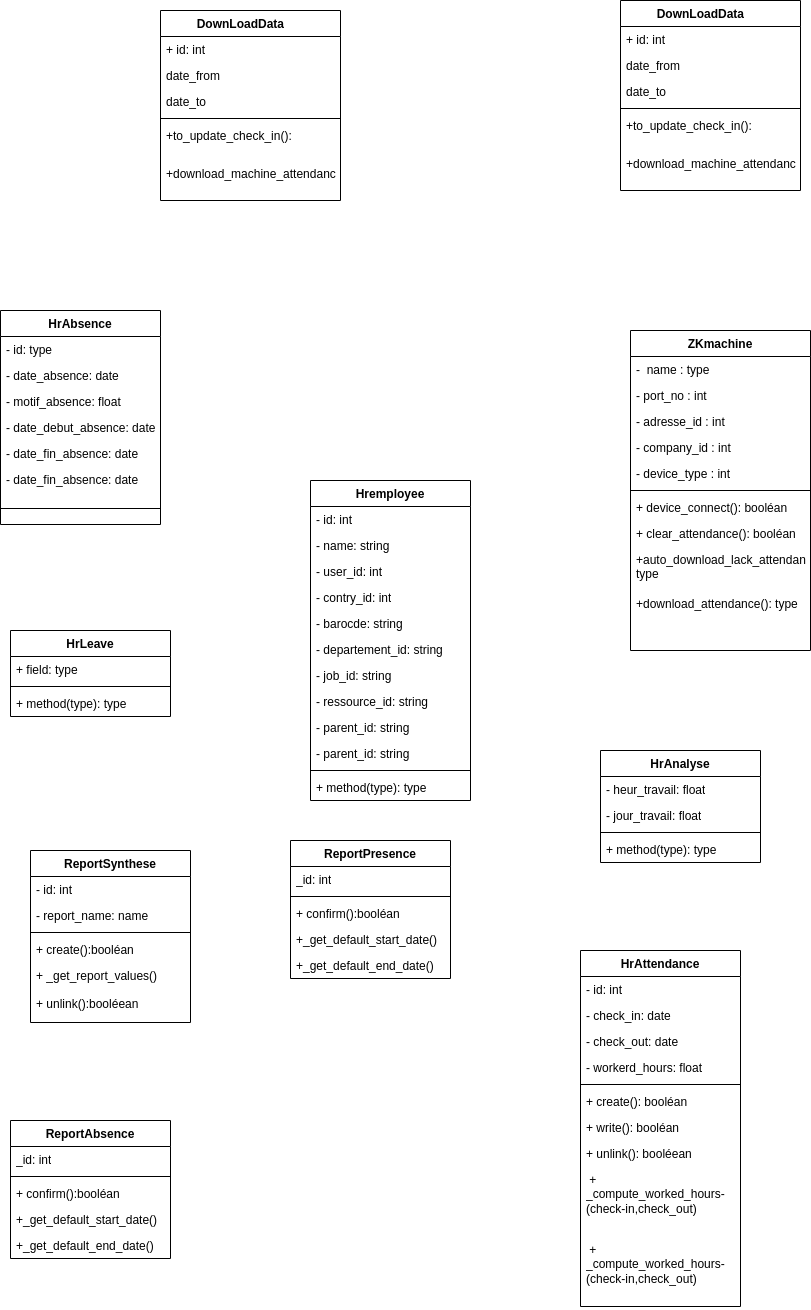
Earlier version of the draw.io export static/Diagramme de classe.drawio.png (Siluearsene/borne_biometrique). Source tidied: cells renumbered, new cells last; positions are measured from the earlier drawing's top-left corner, leaving out a move shared by most shapes.
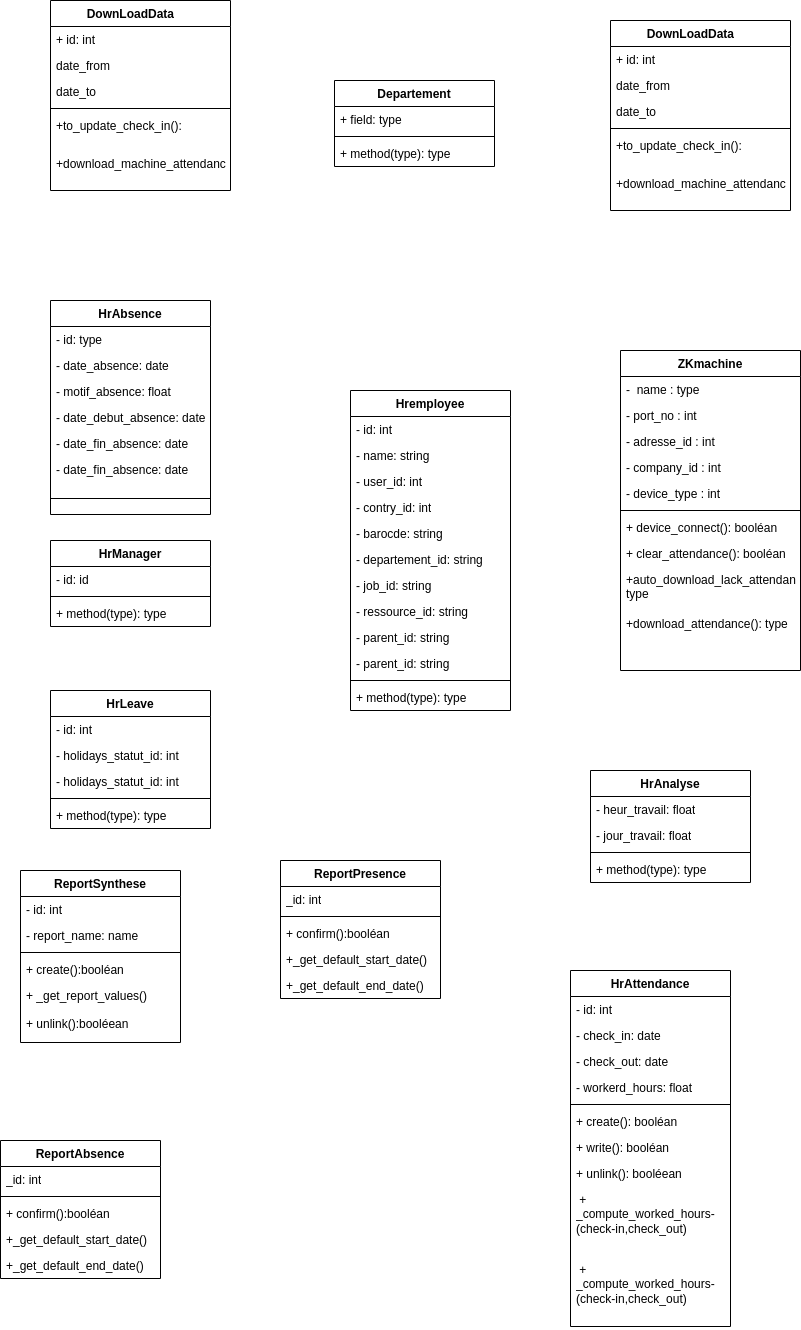
After the commit.

Commit message:
Mettre à jour Diagramme de classe.drawio.png

Diff of the diagram source:
```diff
@@ -3,7 +3,7 @@
     <mxCell id="0" />
     <mxCell id="1" parent="0" />
     <mxCell id="2" value="HrAbsence" style="swimlane;fontStyle=1;align=center;verticalAlign=top;horizontal=1;startSize=26;whiteSpace=wrap;html=1;" parent="1" vertex="1">
-      <mxGeometry y="310" width="160" height="214" as="geometry" />
+      <mxGeometry x="60" y="280" width="160" height="214" as="geometry" />
     </mxCell>
     <mxCell id="3" value="- id: type" style="text;strokeColor=none;fillColor=none;align=left;verticalAlign=top;spacingLeft=4;spacingRight=4;overflow=hidden;whiteSpace=wrap;html=1;" parent="2" vertex="1">
       <mxGeometry y="26" width="160" height="26" as="geometry" />
@@ -60,16 +60,22 @@
       <mxGeometry y="260" width="180" height="60" as="geometry" />
     </mxCell>
     <mxCell id="21" value="HrLeave" style="swimlane;fontStyle=1;align=center;verticalAlign=top;horizontal=1;startSize=26;whiteSpace=wrap;html=1;" parent="1" vertex="1">
-      <mxGeometry x="10" y="630" width="160" height="86" as="geometry" />
+      <mxGeometry x="60" y="670" width="160" height="138" as="geometry" />
     </mxCell>
-    <mxCell id="22" value="+ field: type" style="text;strokeColor=none;fillColor=none;align=left;verticalAlign=top;spacingLeft=4;spacingRight=4;overflow=hidden;whiteSpace=wrap;html=1;" parent="21" vertex="1">
+    <mxCell id="22" value="- id: int" style="text;strokeColor=none;fillColor=none;align=left;verticalAlign=top;spacingLeft=4;spacingRight=4;overflow=hidden;whiteSpace=wrap;html=1;" parent="21" vertex="1">
       <mxGeometry y="26" width="160" height="26" as="geometry" />
     </mxCell>
+    <mxCell id="87" value="- holidays_statut_id: int" style="text;strokeColor=none;fillColor=none;align=left;verticalAlign=top;spacingLeft=4;spacingRight=4;overflow=hidden;whiteSpace=wrap;html=1;" parent="21" vertex="1">
+      <mxGeometry y="52" width="160" height="26" as="geometry" />
+    </mxCell>
+    <mxCell id="88" value="- holidays_statut_id: int" style="text;strokeColor=none;fillColor=none;align=left;verticalAlign=top;spacingLeft=4;spacingRight=4;overflow=hidden;whiteSpace=wrap;html=1;" parent="21" vertex="1">
+      <mxGeometry y="78" width="160" height="26" as="geometry" />
+    </mxCell>
     <mxCell id="23" style="line;strokeWidth=1;fillColor=none;align=left;verticalAlign=middle;spacingTop=-1;spacingLeft=3;spacingRight=3;labelPosition=right;strokeColor=inherit;" parent="21" vertex="1">
-      <mxGeometry y="52" width="160" height="8" as="geometry" />
+      <mxGeometry y="104" width="160" height="8" as="geometry" />
     </mxCell>
     <mxCell id="24" value="+ method(type): type" style="text;strokeColor=none;fillColor=none;align=left;verticalAlign=top;spacingLeft=4;spacingRight=4;overflow=hidden;whiteSpace=wrap;html=1;" parent="21" vertex="1">
-      <mxGeometry y="60" width="160" height="26" as="geometry" />
+      <mxGeometry y="112" width="160" height="26" as="geometry" />
     </mxCell>
     <mxCell id="25" value="HrAnalyse" style="swimlane;fontStyle=1;align=center;verticalAlign=top;horizontal=1;startSize=26;whiteSpace=wrap;html=1;" parent="1" vertex="1">
       <mxGeometry x="600" y="750" width="160" height="112" as="geometry" />
@@ -87,7 +93,7 @@
       <mxGeometry y="86" width="160" height="26" as="geometry" />
     </mxCell>
     <mxCell id="30" value="Hremployee" style="swimlane;fontStyle=1;align=center;verticalAlign=top;horizontal=1;startSize=26;whiteSpace=wrap;html=1;" parent="1" vertex="1">
-      <mxGeometry x="310" y="480" width="160" height="320" as="geometry" />
+      <mxGeometry x="360" y="370" width="160" height="320" as="geometry" />
     </mxCell>
     <mxCell id="31" value="- id: int" style="text;strokeColor=none;fillColor=none;align=left;verticalAlign=top;spacingLeft=4;spacingRight=4;overflow=hidden;whiteSpace=wrap;html=1;" parent="30" vertex="1">
       <mxGeometry y="26" width="160" height="26" as="geometry" />
@@ -219,7 +225,7 @@
       <mxGeometry y="150" width="180" height="40" as="geometry" />
     </mxCell>
     <mxCell id="74" value="DownLoadData&lt;span style=&quot;white-space: pre;&quot;&gt;&#9;&lt;/span&gt;" style="swimlane;fontStyle=1;align=center;verticalAlign=top;horizontal=1;startSize=26;whiteSpace=wrap;html=1;" parent="1" vertex="1">
-      <mxGeometry x="160" y="10" width="180" height="190" as="geometry" />
+      <mxGeometry x="60" y="-20" width="180" height="190" as="geometry" />
     </mxCell>
     <mxCell id="75" value="+ id: int" style="text;strokeColor=none;fillColor=none;align=left;verticalAlign=top;spacingLeft=4;spacingRight=4;overflow=hidden;whiteSpace=wrap;html=1;" parent="74" vertex="1">
       <mxGeometry y="26" width="180" height="26" as="geometry" />
@@ -257,5 +263,29 @@
     <mxCell id="86" value="+_get_default_end_date&lt;span style=&quot;background-color: initial;&quot;&gt;()&lt;/span&gt;" style="text;strokeColor=none;fillColor=none;align=left;verticalAlign=top;spacingLeft=4;spacingRight=4;overflow=hidden;whiteSpace=wrap;html=1;" parent="81" vertex="1">
       <mxGeometry y="112" width="160" height="26" as="geometry" />
     </mxCell>
+    <mxCell id="89" value="HrManager" style="swimlane;fontStyle=1;align=center;verticalAlign=top;horizontal=1;startSize=26;whiteSpace=wrap;html=1;" parent="1" vertex="1">
+      <mxGeometry x="60" y="520" width="160" height="86" as="geometry" />
+    </mxCell>
+    <mxCell id="90" value="- id: id" style="text;strokeColor=none;fillColor=none;align=left;verticalAlign=top;spacingLeft=4;spacingRight=4;overflow=hidden;whiteSpace=wrap;html=1;" parent="89" vertex="1">
+      <mxGeometry y="26" width="160" height="26" as="geometry" />
+    </mxCell>
+    <mxCell id="91" style="line;strokeWidth=1;fillColor=none;align=left;verticalAlign=middle;spacingTop=-1;spacingLeft=3;spacingRight=3;labelPosition=right;strokeColor=inherit;" parent="89" vertex="1">
+      <mxGeometry y="52" width="160" height="8" as="geometry" />
+    </mxCell>
+    <mxCell id="92" value="+ method(type): type" style="text;strokeColor=none;fillColor=none;align=left;verticalAlign=top;spacingLeft=4;spacingRight=4;overflow=hidden;whiteSpace=wrap;html=1;" parent="89" vertex="1">
+      <mxGeometry y="60" width="160" height="26" as="geometry" />
+    </mxCell>
+    <mxCell id="93" value="Departement" style="swimlane;fontStyle=1;align=center;verticalAlign=top;horizontal=1;startSize=26;whiteSpace=wrap;html=1;" parent="1" vertex="1">
+      <mxGeometry x="344" y="60" width="160" height="86" as="geometry" />
+    </mxCell>
+    <mxCell id="94" value="+ field: type" style="text;strokeColor=none;fillColor=none;align=left;verticalAlign=top;spacingLeft=4;spacingRight=4;overflow=hidden;whiteSpace=wrap;html=1;" parent="93" vertex="1">
+      <mxGeometry y="26" width="160" height="26" as="geometry" />
+    </mxCell>
+    <mxCell id="95" style="line;strokeWidth=1;fillColor=none;align=left;verticalAlign=middle;spacingTop=-1;spacingLeft=3;spacingRight=3;labelPosition=right;strokeColor=inherit;" parent="93" vertex="1">
+      <mxGeometry y="52" width="160" height="8" as="geometry" />
+    </mxCell>
+    <mxCell id="96" value="+ method(type): type" style="text;strokeColor=none;fillColor=none;align=left;verticalAlign=top;spacingLeft=4;spacingRight=4;overflow=hidden;whiteSpace=wrap;html=1;" parent="93" vertex="1">
+      <mxGeometry y="60" width="160" height="26" as="geometry" />
+    </mxCell>
   </root>
 </mxGraphModel>
```
